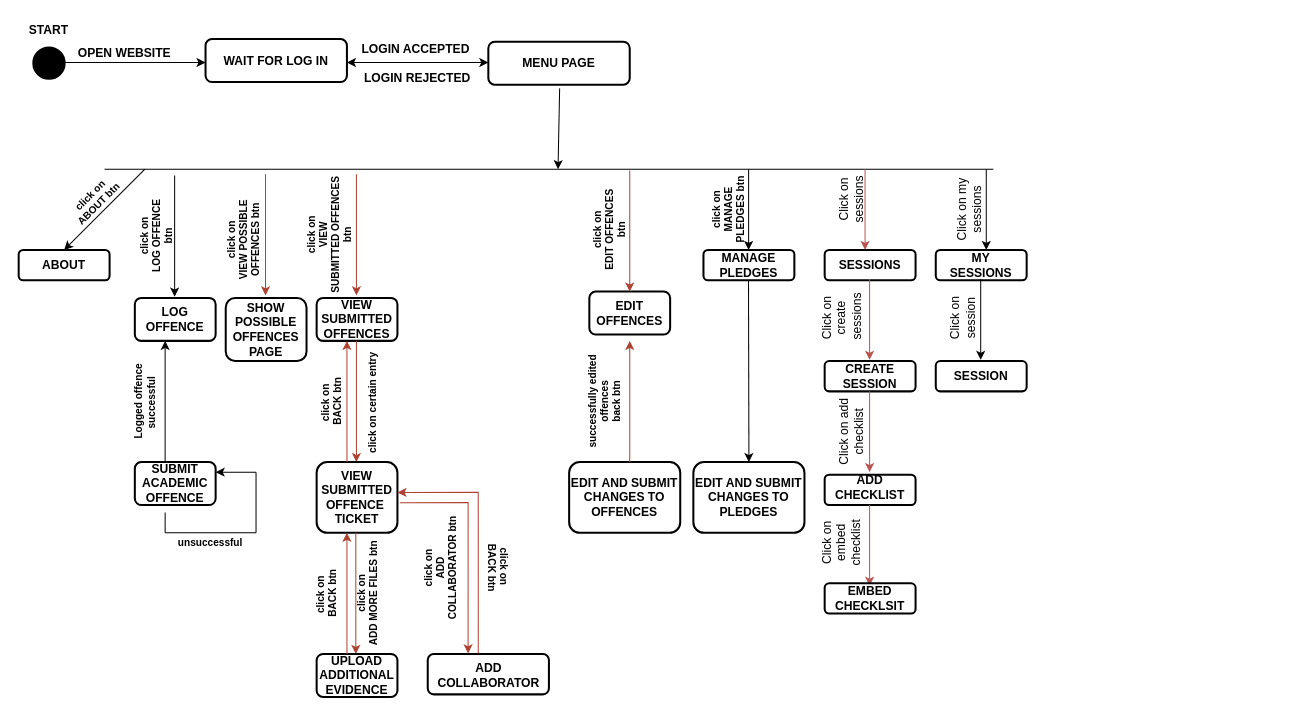
OOPS-2022/student_support_system keeps this draw.io diagram as page "StateDiagram" (2 of 6) of ArchitectureDiagram.drawio. Above is the earlier version. Source tidied: cells renumbered, new cells numbered last; positions are measured from the earlier drawing's top-left corner, leaving out a move shared by most shapes. Both pictures are drawn from the tidied source at 101%, with x=0, y=0 at pixel (18, 17).
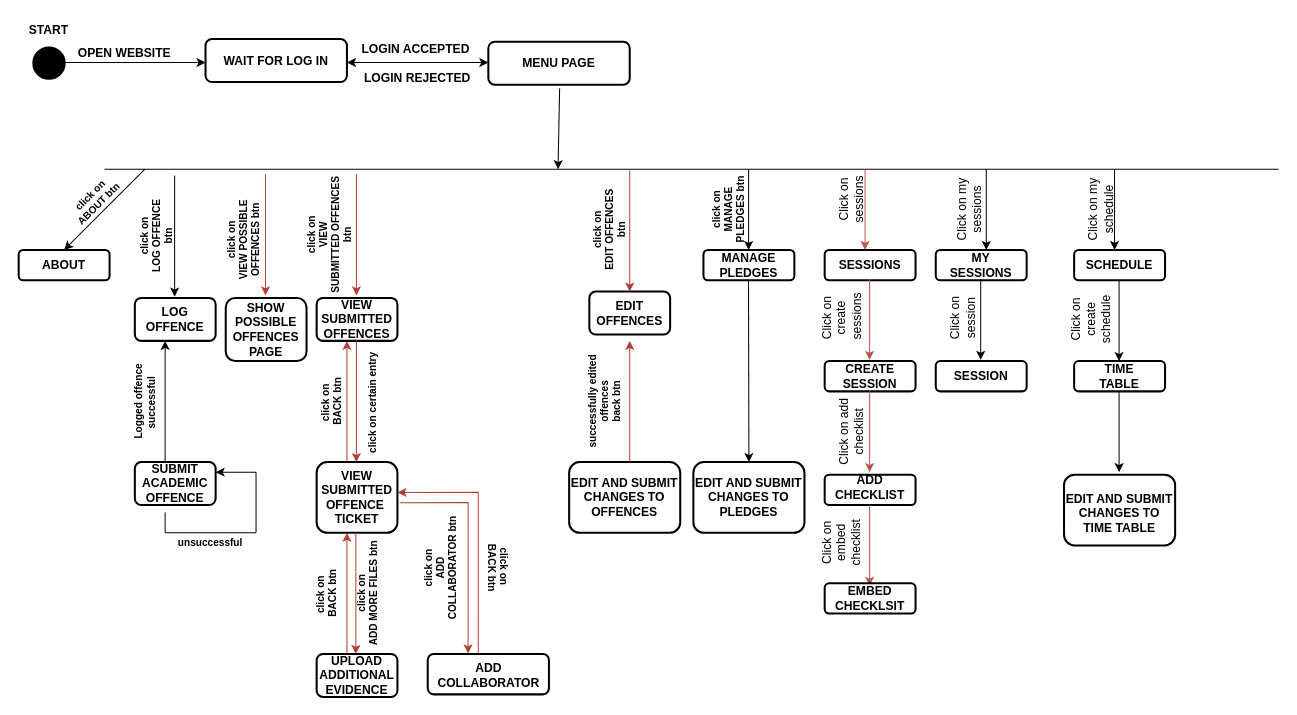
After the change.

The edit, as a diff of the source:
```diff
@@
     <mxCell id="17" style="endArrow=none;html=1;rounded=0;fontFamily=Tahoma;fontSize=12;fontColor=#000000;strokeWidth=1;" parent="1" edge="1">
       <mxGeometry relative="1" as="geometry">
         <mxPoint x="85" y="150" as="sourcePoint" />
-        <mxPoint x="965" y="150" as="targetPoint" />
+        <mxPoint x="1247.4" y="150" as="targetPoint" />
       </mxGeometry>
     </mxCell>
@@
+    <mxCell id="96" style="endArrow=classic;html=1;" parent="1" edge="1">
+      <mxGeometry relative="1" as="geometry">
+        <mxPoint x="1085" y="150" as="sourcePoint" />
+        <mxPoint x="1085" y="230" as="targetPoint" />
+      </mxGeometry>
+    </mxCell>
+    <mxCell id="97" style="rounded=1;whiteSpace=wrap;html=1;labelBackgroundColor=#FFFFFF;fontFamily=Tahoma;fontSize=12;strokeWidth=2;" parent="1" vertex="1">
+      <mxGeometry x="1045" y="230" width="90" height="30" as="geometry" />
+    </mxCell>
+    <mxCell id="98" value="SCHEDULE" style="text;html=1;strokeColor=none;fillColor=none;align=center;verticalAlign=middle;whiteSpace=wrap;rounded=0;fontStyle=1;fontFamily=Helvetica;fontSize=12;" parent="1" vertex="1">
+      <mxGeometry x="1065" y="230" width="50" height="30" as="geometry" />
+    </mxCell>
+    <mxCell id="99" style="endArrow=classic;html=1;" parent="1" edge="1">
+      <mxGeometry relative="1" as="geometry">
+        <mxPoint x="1089.5" y="260" as="sourcePoint" />
+        <mxPoint x="1089.5" y="340" as="targetPoint" />
+      </mxGeometry>
+    </mxCell>
+    <mxCell id="100" style="rounded=1;whiteSpace=wrap;html=1;labelBackgroundColor=#FFFFFF;fontFamily=Tahoma;fontSize=12;strokeWidth=2;" parent="1" vertex="1">
+      <mxGeometry x="1045" y="340" width="90" height="30" as="geometry" />
+    </mxCell>
+    <mxCell id="101" value="TIME TABLE" style="text;html=1;strokeColor=none;fillColor=none;align=center;verticalAlign=middle;whiteSpace=wrap;rounded=0;fontStyle=1;fontFamily=Helvetica;fontSize=12;" parent="1" vertex="1">
+      <mxGeometry x="1065" y="340" width="50" height="30" as="geometry" />
+    </mxCell>
+    <mxCell id="102" value="Click on my schedule" style="text;html=1;strokeColor=none;fillColor=none;align=center;verticalAlign=middle;whiteSpace=wrap;rounded=0;rotation=-90;" parent="1" vertex="1">
+      <mxGeometry x="1035" y="180" width="73" height="20" as="geometry" />
+    </mxCell>
+    <mxCell id="103" value="Click on create schedule" style="text;html=1;strokeColor=none;fillColor=none;align=center;verticalAlign=middle;whiteSpace=wrap;rounded=0;rotation=-90;" parent="1" vertex="1">
+      <mxGeometry x="1025" y="288.8" width="73" height="20" as="geometry" />
+    </mxCell>
+    <mxCell id="104" style="endArrow=classic;html=1;" parent="1" edge="1">
+      <mxGeometry relative="1" as="geometry">
+        <mxPoint x="1089.5" y="370" as="sourcePoint" />
+        <mxPoint x="1089.5" y="450" as="targetPoint" />
+      </mxGeometry>
+    </mxCell>
+    <mxCell id="105" style="rounded=1;whiteSpace=wrap;html=1;labelBackgroundColor=#FFFFFF;fontFamily=Tahoma;fontSize=12;strokeWidth=2;" parent="1" vertex="1">
+      <mxGeometry x="1035" y="452.5" width="110" height="70" as="geometry" />
+    </mxCell>
+    <mxCell id="106" value="EDIT AND SUBMIT CHANGES TO TIME TABLE" style="text;html=1;strokeColor=none;fillColor=none;align=center;verticalAlign=middle;whiteSpace=wrap;rounded=0;fontStyle=1;fontFamily=Helvetica;fontSize=12;" parent="1" vertex="1">
+      <mxGeometry x="1035" y="476.2" width="110" height="30" as="geometry" />
+    </mxCell>
```
